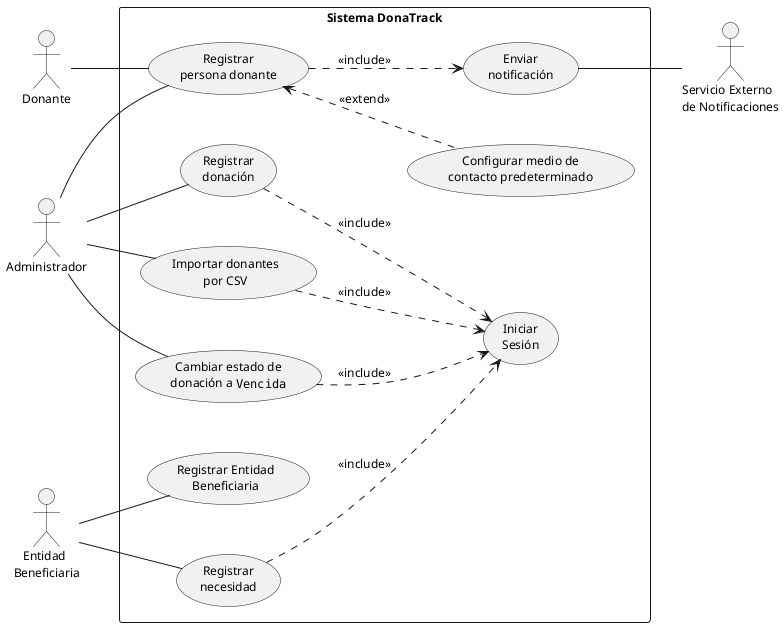
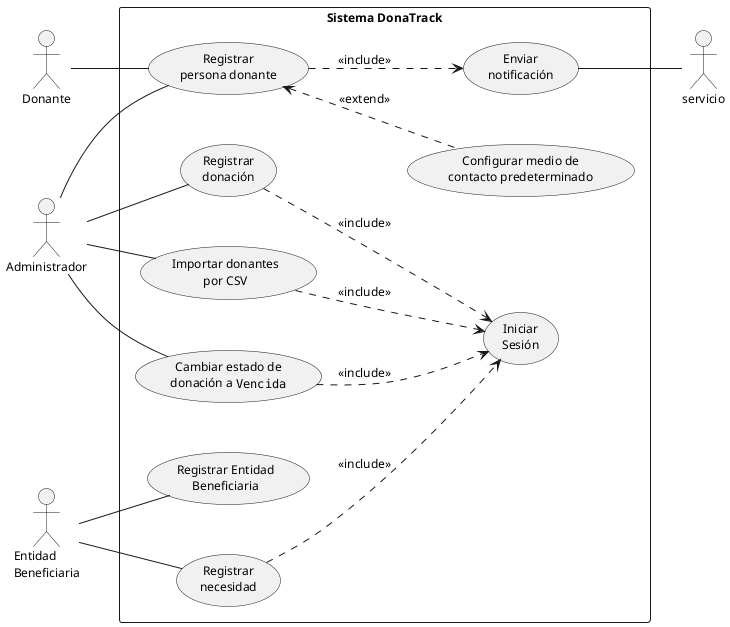
@startuml DonaTrack - Diagrama General de Casos de Uso

left to right direction
skinparam packageStyle rectangle


skinparam defaultFontSize 12
skinparam nodesep 50
skinparam ranksep 30

actor "Donante" as donante
actor "Administrador" as admin
- actor "   Entidad\nBeneficiaria" as entidad
- actor "Servicio Externo\nde Notificaciones" as servicio
+ actor "Entidad\nBeneficiaria" as entidad


rectangle "Sistema DonaTrack" {
    usecase "Iniciar\nSesión"                          as UC0
    usecase "Registrar\npersona donante"                          as UC4
    usecase "Configurar medio de\ncontacto predeterminado"        as UC3

    usecase "Registrar\ndonación"                                 as UC5
    usecase "Importar donantes\npor CSV"                          as UC6


    usecase "Cambiar estado de\ndonación a ""Vencida"""           as UC9

  usecase "Registrar Entidad\nBeneficiaria" as UC10

    usecase "Registrar\nnecesidad"                                as UC12


    usecase "Enviar\nnotificación"                                as UC14

}

donante -- UC4

admin -- UC4
admin -- UC5
admin -- UC6

admin -- UC9

entidad -- UC10
entidad -- UC12

UC14 -- servicio

UC4 <.. UC3 : <<extend>>
UC4 ..> UC14 : <<include>>


UC5 ..> UC0 : <<include>>
UC6 ..> UC0 : <<include>>
UC9 ..> UC0 : <<include>>
UC12 ..> UC0 : <<include>>




@enduml
